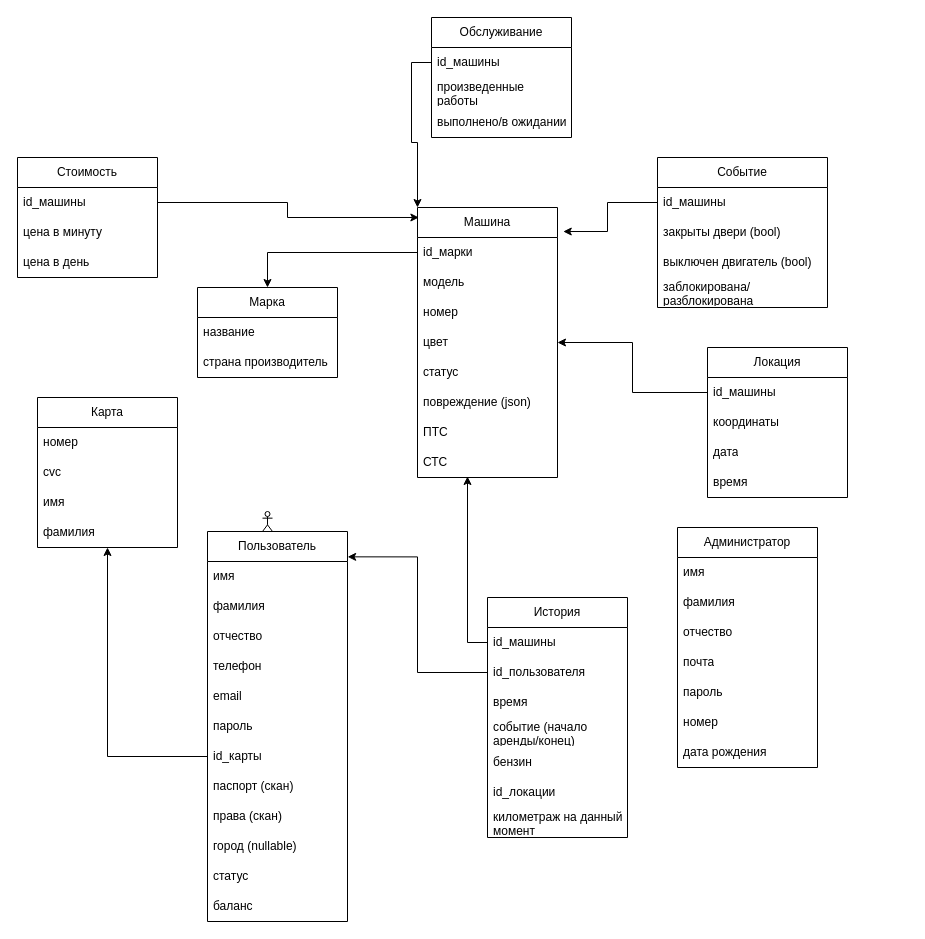
Before: car_sharing.drawio in maRktutuzhe/car-sharing, a draw.io diagram. Source tidied: cells renumbered, new cells numbered last; positions are measured from the earlier drawing's top-left corner, leaving out a move shared by most shapes. Both pictures are drawn from the tidied source at 100%, with x=0, y=0 at pixel (17, 17).
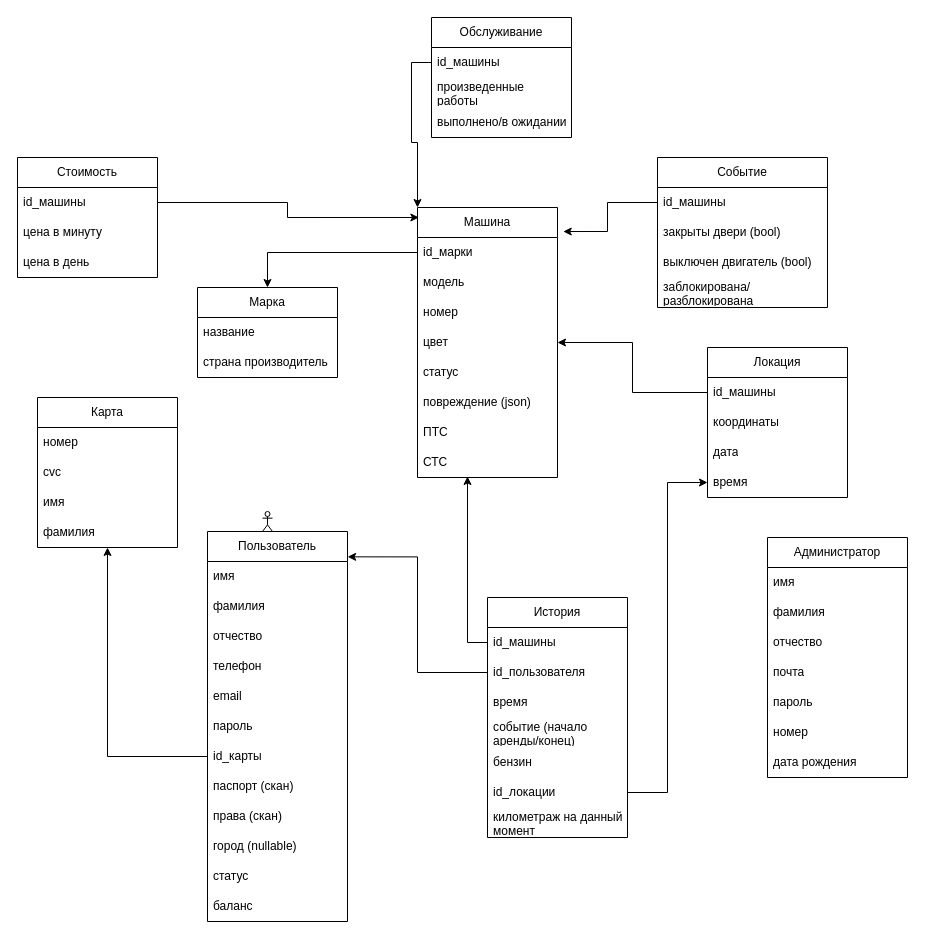
The same diagram, later.

Unchanged cells that the change refers to:
```xml
<mxCell id="38" value="время" style="text;strokeColor=none;fillColor=none;align=left;verticalAlign=middle;spacingLeft=4;spacingRight=4;overflow=hidden;points=[[0,0.5],[1,0.5]];portConstraint=eastwest;whiteSpace=wrap;html=1;" parent="34" vertex="1">
  <mxGeometry y="120" width="140" height="30" as="geometry" />
</mxCell>
<mxCell id="46" value="id_локации" style="text;strokeColor=none;fillColor=none;align=left;verticalAlign=middle;spacingLeft=4;spacingRight=4;overflow=hidden;points=[[0,0.5],[1,0.5]];portConstraint=eastwest;whiteSpace=wrap;html=1;" parent="40" vertex="1">
  <mxGeometry y="180" width="140" height="30" as="geometry" />
</mxCell>
```

What changed in the source:
```diff
@@
     <mxCell id="48" value="Администратор" style="swimlane;fontStyle=0;horizontal=1;startSize=30;whiteSpace=wrap;html=1;" parent="1" vertex="1">
-      <mxGeometry x="660" y="510" width="140" height="240" as="geometry" />
+      <mxGeometry x="750" y="520" width="140" height="240" as="geometry" />
     </mxCell>
@@
+    <mxCell id="75" style="edgeStyle=orthogonalEdgeStyle;rounded=0;jettySize=auto;html=1;entryX=0;entryY=0.5;entryDx=0;entryDy=0;" parent="1" edge="1" source="46" target="38">
+      <mxGeometry relative="1" as="geometry" />
+    </mxCell>
```
